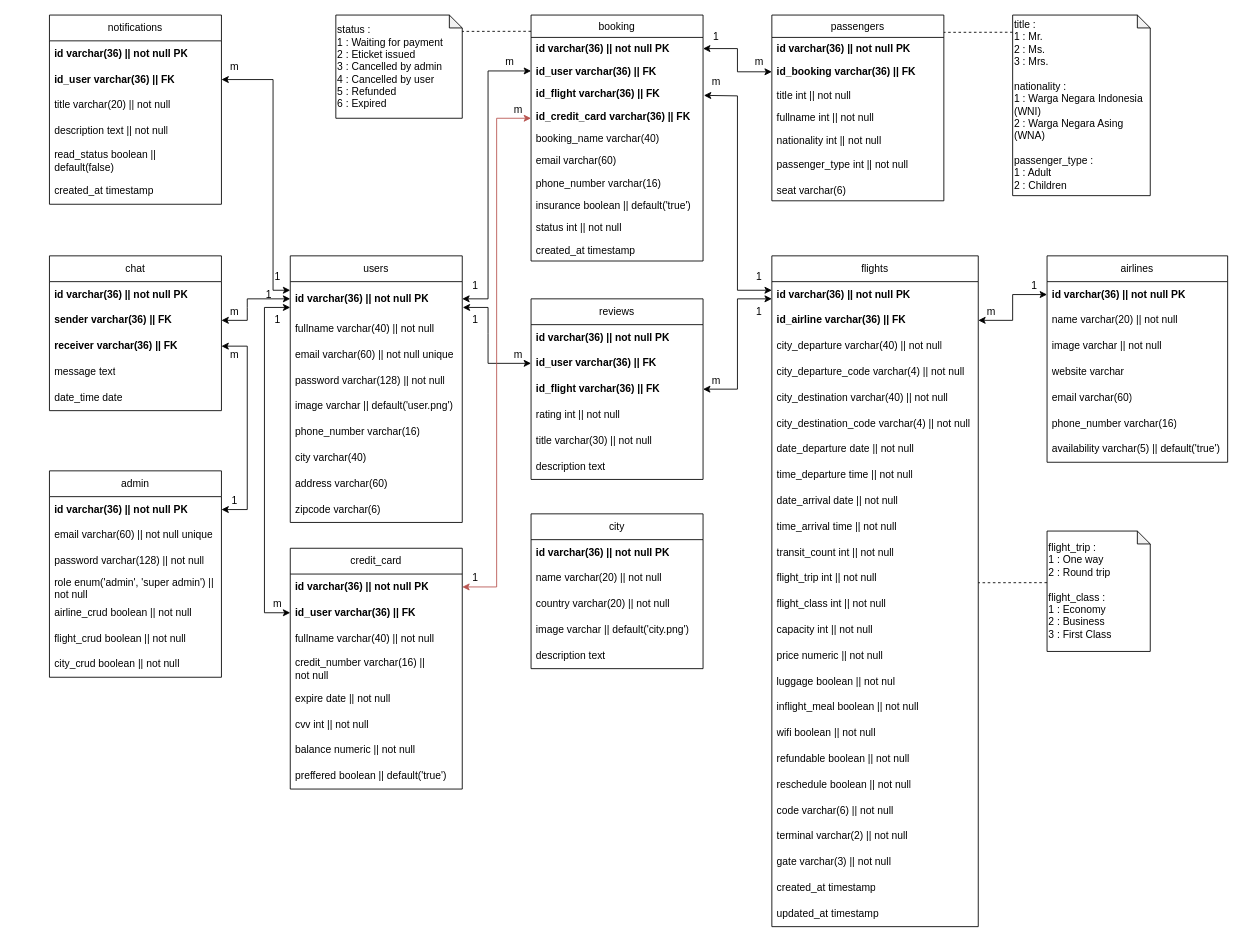
Before: docs/ankasa-database.drawio in hosealeonardo18/ankasa-backend, a draw.io diagram. Source tidied: cells renumbered, new cells numbered last; positions are measured from the earlier drawing's top-left corner, leaving out a move shared by most shapes. Both pictures are drawn from the tidied source at 86%, with x=0, y=0 at pixel (49, 15).
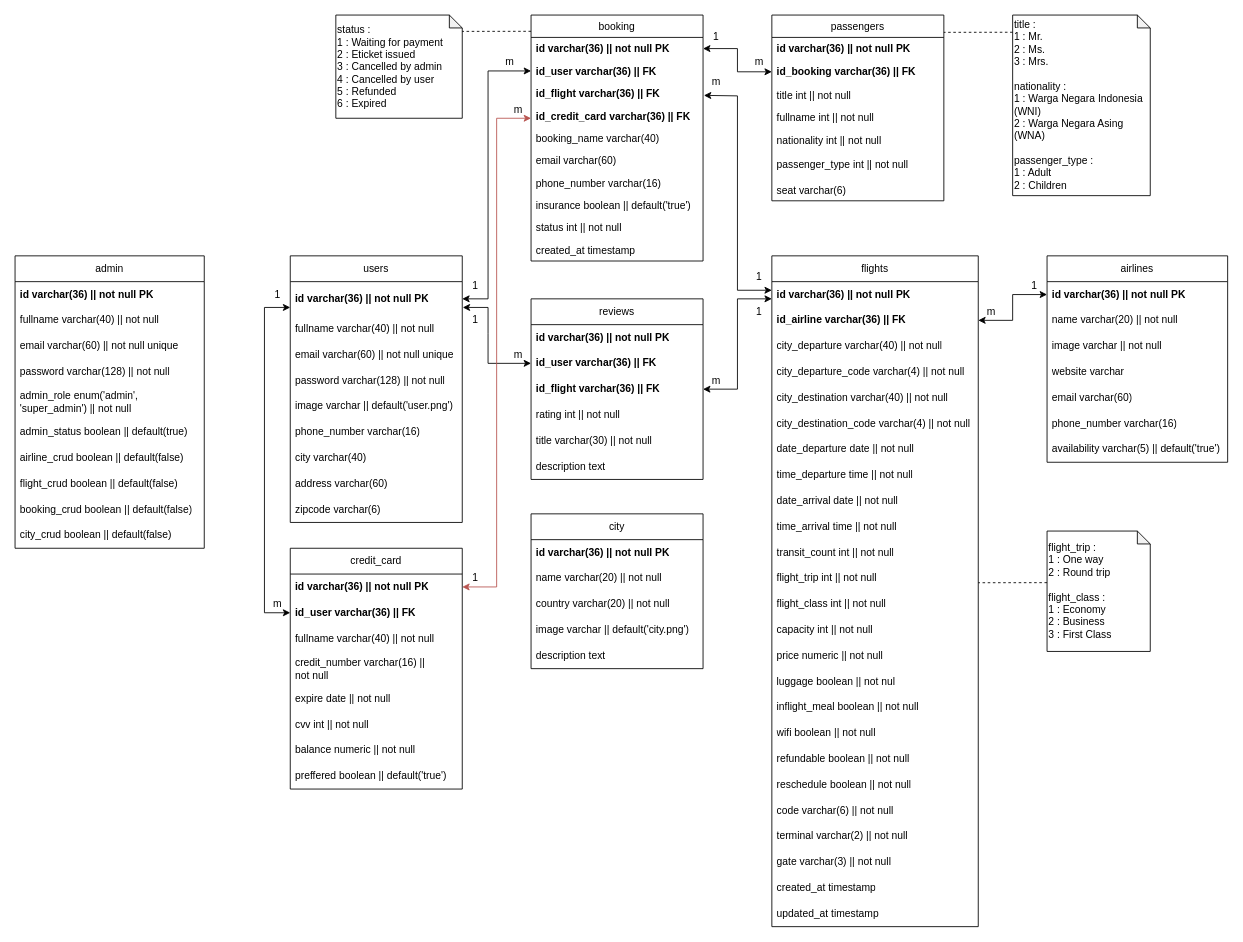
The same diagram, later.

Commit message (it also covers changes not shown here):
fixed bug in uploading user image

Unchanged cells that the change refers to:
```xml
<mxCell id="20" value="&lt;span style=&quot;font-weight: 700;&quot;&gt;id varchar(36) || not null PK&lt;/span&gt;" style="text;strokeColor=none;fillColor=none;align=left;verticalAlign=middle;spacingLeft=4;spacingRight=4;overflow=hidden;points=[[0,0.5],[1,0.5]];portConstraint=eastwest;whiteSpace=wrap;html=1;" parent="19" vertex="1">
  <mxGeometry y="30" width="200" height="40" as="geometry" />
</mxCell>
```

The edit, as a diff of the source:
```diff
@@
-    <mxCell id="13" value="chat" style="swimlane;fontStyle=0;horizontal=1;startSize=30;whiteSpace=wrap;html=1;" parent="1" vertex="1">
-      <mxGeometry y="280" width="200" height="180" as="geometry" />
-    </mxCell>
-    <mxCell id="14" value="&lt;span style=&quot;font-weight: 700;&quot;&gt;id varchar(36) || not null PK&lt;/span&gt;" style="text;strokeColor=none;fillColor=none;align=left;verticalAlign=middle;spacingLeft=4;spacingRight=4;overflow=hidden;whiteSpace=wrap;html=1;" parent="13" vertex="1">
-      <mxGeometry y="30" width="200" height="30" as="geometry" />
-    </mxCell>
-    <mxCell id="15" value="&lt;span style=&quot;font-weight: 700;&quot;&gt;sender varchar(36) || FK&lt;/span&gt;" style="text;strokeColor=none;fillColor=none;align=left;verticalAlign=middle;spacingLeft=4;spacingRight=4;overflow=hidden;whiteSpace=wrap;html=1;" parent="13" vertex="1">
-      <mxGeometry y="60" width="200" height="30" as="geometry" />
-    </mxCell>
-    <mxCell id="16" value="&lt;span style=&quot;font-weight: 700;&quot;&gt;receiver varchar(36) || FK&lt;/span&gt;" style="text;strokeColor=none;fillColor=none;align=left;verticalAlign=middle;spacingLeft=4;spacingRight=4;overflow=hidden;points=[[0,0.5],[1,0.5]];portConstraint=eastwest;whiteSpace=wrap;html=1;" parent="13" vertex="1">
-      <mxGeometry y="90" width="200" height="30" as="geometry" />
-    </mxCell>
-    <mxCell id="17" value="&lt;span style=&quot;&quot;&gt;message text&lt;/span&gt;" style="text;strokeColor=none;fillColor=none;align=left;verticalAlign=middle;spacingLeft=4;spacingRight=4;overflow=hidden;whiteSpace=wrap;html=1;" parent="13" vertex="1">
-      <mxGeometry y="120" width="200" height="30" as="geometry" />
-    </mxCell>
-    <mxCell id="18" value="date_time date" style="text;strokeColor=none;fillColor=none;align=left;verticalAlign=middle;spacingLeft=4;spacingRight=4;overflow=hidden;whiteSpace=wrap;html=1;" parent="13" vertex="1">
-      <mxGeometry y="150" width="200" height="30" as="geometry" />
-    </mxCell>
@@
     <mxCell id="29" value="admin" style="swimlane;fontStyle=0;horizontal=1;startSize=30;whiteSpace=wrap;html=1;" parent="1" vertex="1">
-      <mxGeometry y="530" width="200" height="240" as="geometry" />
+      <mxGeometry x="-40" y="280" width="220" height="340" as="geometry" />
     </mxCell>
     <mxCell id="30" value="&lt;span style=&quot;font-weight: 700;&quot;&gt;id varchar(36) || not null PK&lt;/span&gt;" style="text;strokeColor=none;fillColor=none;align=left;verticalAlign=middle;spacingLeft=4;spacingRight=4;overflow=hidden;points=[[0,0.5],[1,0.5]];portConstraint=eastwest;whiteSpace=wrap;html=1;" parent="29" vertex="1">
-      <mxGeometry y="30" width="200" height="30" as="geometry" />
+      <mxGeometry y="30" width="220" height="30" as="geometry" />
     </mxCell>
+    <mxCell id="147" value="&lt;span style=&quot;&quot;&gt;fullname varchar(40) || not null&lt;/span&gt;" style="text;strokeColor=none;fillColor=none;align=left;verticalAlign=middle;spacingLeft=4;spacingRight=4;overflow=hidden;whiteSpace=wrap;html=1;" parent="29" vertex="1">
+      <mxGeometry y="60" width="220" height="30" as="geometry" />
+    </mxCell>
     <mxCell id="31" value="&lt;span style=&quot;&quot;&gt;email varchar(60) || not null unique&lt;/span&gt;" style="text;strokeColor=none;fillColor=none;align=left;verticalAlign=middle;spacingLeft=4;spacingRight=4;overflow=hidden;whiteSpace=wrap;html=1;" parent="29" vertex="1">
-      <mxGeometry y="60" width="200" height="30" as="geometry" />
+      <mxGeometry y="90" width="220" height="30" as="geometry" />
     </mxCell>
     <mxCell id="32" value="&lt;span style=&quot;&quot;&gt;password varchar(128) || not null&lt;/span&gt;" style="text;strokeColor=none;fillColor=none;align=left;verticalAlign=middle;spacingLeft=4;spacingRight=4;overflow=hidden;whiteSpace=wrap;html=1;" parent="29" vertex="1">
-      <mxGeometry y="90" width="200" height="30" as="geometry" />
+      <mxGeometry y="120" width="220" height="30" as="geometry" />
     </mxCell>
-    <mxCell id="33" value="&lt;span style=&quot;&quot;&gt;role enum('admin', 'super admin') || not null&lt;/span&gt;" style="text;strokeColor=none;fillColor=none;align=left;verticalAlign=middle;spacingLeft=4;spacingRight=4;overflow=hidden;whiteSpace=wrap;html=1;" parent="29" vertex="1">
-      <mxGeometry y="120" width="200" height="30" as="geometry" />
+    <mxCell id="33" value="&lt;span style=&quot;&quot;&gt;admin_role enum('admin', &lt;br&gt;'super_admin') || not null&lt;/span&gt;" style="text;strokeColor=none;fillColor=none;align=left;verticalAlign=middle;spacingLeft=4;spacingRight=4;overflow=hidden;whiteSpace=wrap;html=1;" parent="29" vertex="1">
+      <mxGeometry y="150" width="220" height="40" as="geometry" />
     </mxCell>
+    <mxCell id="148" value="&lt;span style=&quot;&quot;&gt;admin_status boolean || default(true)&lt;/span&gt;" style="text;strokeColor=none;fillColor=none;align=left;verticalAlign=middle;spacingLeft=4;spacingRight=4;overflow=hidden;whiteSpace=wrap;html=1;" parent="29" vertex="1">
+      <mxGeometry y="190" width="220" height="30" as="geometry" />
+    </mxCell>
-    <mxCell id="34" value="&lt;span style=&quot;&quot;&gt;airline_crud boolean || not null&lt;/span&gt;" style="text;strokeColor=none;fillColor=none;align=left;verticalAlign=middle;spacingLeft=4;spacingRight=4;overflow=hidden;whiteSpace=wrap;html=1;" parent="29" vertex="1">
-      <mxGeometry y="150" width="200" height="30" as="geometry" />
+    <mxCell id="34" value="&lt;span style=&quot;&quot;&gt;airline_crud boolean || default(false)&lt;/span&gt;" style="text;strokeColor=none;fillColor=none;align=left;verticalAlign=middle;spacingLeft=4;spacingRight=4;overflow=hidden;whiteSpace=wrap;html=1;" parent="29" vertex="1">
+      <mxGeometry y="220" width="220" height="30" as="geometry" />
     </mxCell>
-    <mxCell id="35" value="&lt;span style=&quot;&quot;&gt;flight_crud boolean || not null&lt;/span&gt;" style="text;strokeColor=none;fillColor=none;align=left;verticalAlign=middle;spacingLeft=4;spacingRight=4;overflow=hidden;whiteSpace=wrap;html=1;" parent="29" vertex="1">
-      <mxGeometry y="180" width="200" height="30" as="geometry" />
+    <mxCell id="35" value="&lt;span style=&quot;&quot;&gt;flight_crud boolean || default(false)&lt;/span&gt;" style="text;strokeColor=none;fillColor=none;align=left;verticalAlign=middle;spacingLeft=4;spacingRight=4;overflow=hidden;whiteSpace=wrap;html=1;" parent="29" vertex="1">
+      <mxGeometry y="250" width="220" height="30" as="geometry" />
     </mxCell>
+    <mxCell id="149" value="&lt;span style=&quot;&quot;&gt;booking_crud boolean || default(false)&lt;/span&gt;" style="text;strokeColor=none;fillColor=none;align=left;verticalAlign=middle;spacingLeft=4;spacingRight=4;overflow=hidden;whiteSpace=wrap;html=1;" parent="29" vertex="1">
+      <mxGeometry y="280" width="220" height="30" as="geometry" />
+    </mxCell>
-    <mxCell id="36" value="&lt;span style=&quot;&quot;&gt;city_crud boolean || not null&lt;/span&gt;" style="text;strokeColor=none;fillColor=none;align=left;verticalAlign=middle;spacingLeft=4;spacingRight=4;overflow=hidden;whiteSpace=wrap;html=1;" parent="29" vertex="1">
-      <mxGeometry y="210" width="200" height="30" as="geometry" />
+    <mxCell id="36" value="&lt;span style=&quot;&quot;&gt;city_crud boolean || default(false)&lt;/span&gt;" style="text;strokeColor=none;fillColor=none;align=left;verticalAlign=middle;spacingLeft=4;spacingRight=4;overflow=hidden;whiteSpace=wrap;html=1;" parent="29" vertex="1">
+      <mxGeometry y="310" width="220" height="30" as="geometry" />
     </mxCell>
@@
-    <mxCell id="86" style="edgeStyle=orthogonalEdgeStyle;rounded=0;jettySize=auto;html=1;exitX=1;exitY=0.5;exitDx=0;exitDy=0;startArrow=classic;startFill=1;" parent="1" edge="1" source="30" target="16">
-      <mxGeometry relative="1" as="geometry">
-        <Array as="points">
-          <mxPoint x="230" y="575" />
-          <mxPoint x="230" y="385" />
-        </Array>
-      </mxGeometry>
-    </mxCell>
@@
-    <mxCell id="88" style="endArrow=classic;startArrow=classic;html=1;rounded=0;entryX=0;entryY=0.5;entryDx=0;entryDy=0;" parent="1" edge="1" target="20">
-      <mxGeometry relative="1" as="geometry">
-        <mxPoint x="200" y="355" as="sourcePoint" />
-        <Array as="points">
-          <mxPoint x="230" y="355" />
-          <mxPoint x="230" y="340" />
-          <mxPoint x="230" y="330" />
-        </Array>
-      </mxGeometry>
-    </mxCell>
@@
-    <mxCell id="105" value="1" style="text;html=1;align=center;verticalAlign=middle;strokeColor=none;fillColor=none;" parent="1" vertex="1">
-      <mxGeometry x="250" y="290" width="30" height="30" as="geometry" />
-    </mxCell>
     <mxCell id="106" value="1" style="text;html=1;align=center;verticalAlign=middle;strokeColor=none;fillColor=none;" parent="1" vertex="1">
-      <mxGeometry x="250" y="340" width="30" height="30" as="geometry" />
+      <mxGeometry x="250" y="310" width="30" height="30" as="geometry" />
     </mxCell>
-    <mxCell id="107" value="1" style="text;html=1;align=center;verticalAlign=middle;strokeColor=none;fillColor=none;" parent="1" vertex="1">
-      <mxGeometry x="200" y="550" width="30" height="30" as="geometry" />
-    </mxCell>
-    <mxCell id="108" value="m" style="text;html=1;align=center;verticalAlign=middle;strokeColor=none;fillColor=none;" parent="1" vertex="1">
-      <mxGeometry x="200" y="380" width="30" height="30" as="geometry" />
-    </mxCell>
-    <mxCell id="109" value="m" style="text;html=1;align=center;verticalAlign=middle;strokeColor=none;fillColor=none;" parent="1" vertex="1">
-      <mxGeometry x="200" y="330" width="30" height="30" as="geometry" />
-    </mxCell>
@@
-    <mxCell id="130" value="notifications" style="swimlane;fontStyle=0;horizontal=1;startSize=30;whiteSpace=wrap;html=1;" parent="1" vertex="1">
-      <mxGeometry width="200" height="220" as="geometry" />
-    </mxCell>
-    <mxCell id="131" value="&lt;span style=&quot;font-weight: 700;&quot;&gt;id varchar(36) || not null PK&lt;/span&gt;" style="text;strokeColor=none;fillColor=none;align=left;verticalAlign=middle;spacingLeft=4;spacingRight=4;overflow=hidden;whiteSpace=wrap;html=1;" parent="130" vertex="1">
-      <mxGeometry y="30" width="200" height="30" as="geometry" />
-    </mxCell>
-    <mxCell id="132" value="&lt;span style=&quot;font-weight: 700;&quot;&gt;id_user varchar(36) || FK&lt;/span&gt;" style="text;strokeColor=none;fillColor=none;align=left;verticalAlign=middle;spacingLeft=4;spacingRight=4;overflow=hidden;points=[[0,0.5],[1,0.5]];portConstraint=eastwest;whiteSpace=wrap;html=1;" parent="130" vertex="1">
-      <mxGeometry y="60" width="200" height="30" as="geometry" />
-    </mxCell>
-    <mxCell id="133" value="&lt;span style=&quot;&quot;&gt;title varchar(20) || not null&lt;/span&gt;" style="text;strokeColor=none;fillColor=none;align=left;verticalAlign=middle;spacingLeft=4;spacingRight=4;overflow=hidden;whiteSpace=wrap;html=1;" parent="130" vertex="1">
-      <mxGeometry y="90" width="200" height="30" as="geometry" />
-    </mxCell>
-    <mxCell id="134" value="&lt;span style=&quot;&quot;&gt;description text || not null&lt;/span&gt;" style="text;strokeColor=none;fillColor=none;align=left;verticalAlign=middle;spacingLeft=4;spacingRight=4;overflow=hidden;whiteSpace=wrap;html=1;" parent="130" vertex="1">
-      <mxGeometry y="120" width="200" height="30" as="geometry" />
-    </mxCell>
-    <mxCell id="135" value="&lt;span style=&quot;&quot;&gt;read_status boolean || default(false)&lt;/span&gt;" style="text;strokeColor=none;fillColor=none;align=left;verticalAlign=middle;spacingLeft=4;spacingRight=4;overflow=hidden;whiteSpace=wrap;html=1;" parent="130" vertex="1">
-      <mxGeometry y="150" width="200" height="40" as="geometry" />
-    </mxCell>
-    <mxCell id="136" value="&lt;span style=&quot;&quot;&gt;created_at timestamp&lt;/span&gt;" style="text;strokeColor=none;fillColor=none;align=left;verticalAlign=middle;spacingLeft=4;spacingRight=4;overflow=hidden;whiteSpace=wrap;html=1;" parent="130" vertex="1">
-      <mxGeometry y="190" width="200" height="30" as="geometry" />
-    </mxCell>
-    <mxCell id="137" style="endArrow=classic;startArrow=classic;html=1;rounded=0;exitX=1;exitY=0.5;exitDx=0;exitDy=0;entryX=0;entryY=0.25;entryDx=0;entryDy=0;entryPerimeter=0;" parent="1" edge="1" source="132" target="20">
-      <mxGeometry relative="1" as="geometry">
-        <Array as="points">
-          <mxPoint x="260" y="75" />
-          <mxPoint x="260" y="320" />
-        </Array>
-      </mxGeometry>
-    </mxCell>
-    <mxCell id="138" value="1" style="text;html=1;align=center;verticalAlign=middle;strokeColor=none;fillColor=none;" parent="1" vertex="1">
-      <mxGeometry x="240" y="310" width="30" height="30" as="geometry" />
-    </mxCell>
@@
-    <mxCell id="146" value="m" style="text;html=1;align=center;verticalAlign=middle;strokeColor=none;fillColor=none;" parent="1" vertex="1">
-      <mxGeometry x="200" y="45" width="30" height="30" as="geometry" />
-    </mxCell>
```
